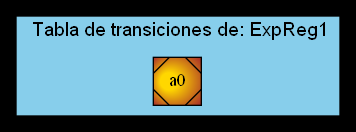
Before: TRANSICIONES_202000119/TransicionesExpReg1.png, a diagram exported from Graphviz (SergieArizandieta/OLC1-P1-202000119). Its source is kept beside it as TRANSICIONES_202000119/TransicionesExpReg1.dot.
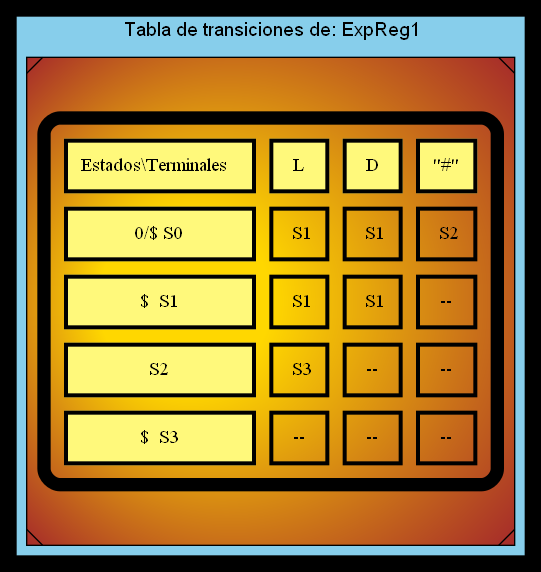
After the change.

Change to the diagram source:
```diff
@@ -10,15 +10,31 @@
       <TD border="3" bgcolor="#FFF97B">Estados\Terminales  </TD>
       <TD border="3" bgcolor="#FFF97B">L</TD>
       <TD border="3" bgcolor="#FFF97B">D</TD>
-      <TD border="3" bgcolor="#FFF97B">"_"</TD>
-      <TD border="3" bgcolor="#FFF97B">S</TD>
-      <TD border="3" bgcolor="#FFF97B">MILLAS</TD>
-      <TD border="3" bgcolor="#FFF97B">LOKSEA</TD>
       <TD border="3" bgcolor="#FFF97B">"#"</TD>
-      <TD border="3" bgcolor="#FFF97B">E</TD>
-      <TD border="3" bgcolor="#FFF97B">"@"</TD>
   </TR>
   <TR>
-      <TD border="3" bgcolor="gold">0 S0</TD>
+      <TD border="3" bgcolor="#FFF97B">0/$ S0</TD>
+      <TD border="3" > S1</TD>
+      <TD border="3" > S1</TD>
+      <TD border="3" > S2</TD>
+  </TR>
+  <TR>
+      <TD border="3" bgcolor="#FFF97B">$  S1</TD>
+      <TD border="3" > S1</TD>
+      <TD border="3" > S1</TD>
+      <TD border="3" > -- </TD>
+  </TR>
+  <TR>
+      <TD border="3" bgcolor="#FFF97B">S2</TD>
+      <TD border="3" > S3</TD>
+      <TD border="3" > -- </TD>
+      <TD border="3" > -- </TD>
+  </TR>
+  <TR>
+      <TD border="3" bgcolor="#FFF97B">$  S3</TD>
+      <TD border="3" > -- </TD>
+      <TD border="3" > -- </TD>
+      <TD border="3" > -- </TD>
+  </TR>
 
 </TABLE>>];}}
```
